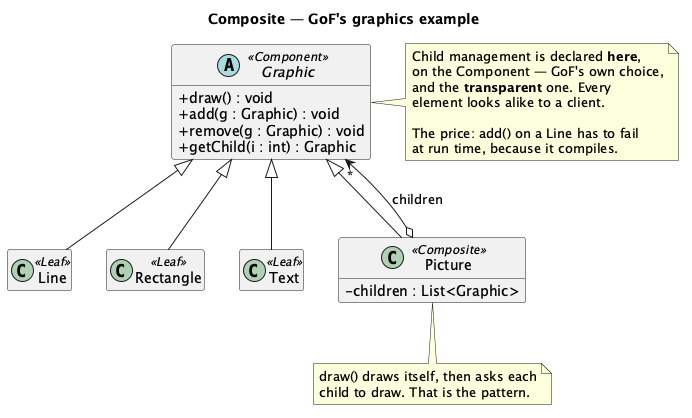
This is src/main/java/dev/kaldiroglu/dp/structural/composite/gof/graphics/uml/Composite - Graphics - Class Diagram.png from kaldiroglu/DesignPatternsWithJava, a PlantUML export, as it was before one commit. Source of this version:
```plantuml
@startuml "Composite - Graphics - Class Diagram"
skinparam classAttributeIconSize 0
hide empty members
title Composite — GoF's graphics example


abstract class Graphic <<Component>> {
  + draw() : void
  + add(g : Graphic) : void
  + remove(g : Graphic) : void
  + getChild(i : int) : Graphic
}

class Line <<Leaf>>
class Rectangle <<Leaf>>
class Text <<Leaf>>
class Picture <<Composite>> {
  - children : List<Graphic>
}

Graphic <|-- Line
Graphic <|-- Rectangle
Graphic <|-- Text
Graphic <|-- Picture
Picture o--> "*" Graphic : children

note right of Graphic
  Child management is declared <b>here</b>,
  on the Component — GoF's own choice,
  and the <b>transparent</b> one. Every
  element looks alike to a client.

  The price: add() on a Line has to fail
  at run time, because it compiles.
end note

note bottom of Picture
  draw() draws itself, then asks each
  child to draw. That is the pattern.
end note

@enduml
```
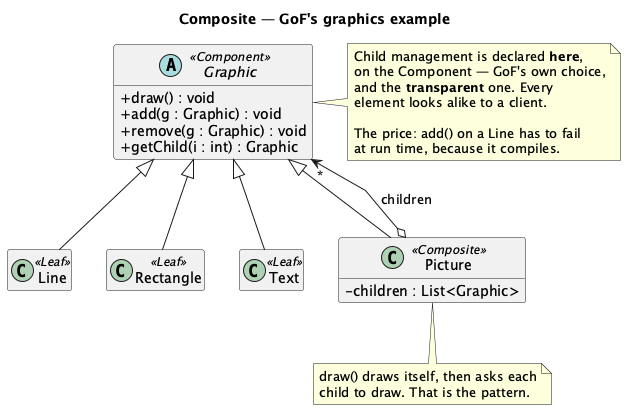
Later version of the same file.

The edit, as a diff of the source:
```diff
@@ -1,4 +1,5 @@
-@startuml "Composite - Graphics - Class Diagram"
+@startuml
+skinparam linetype polyline
 skinparam classAttributeIconSize 0
 hide empty members
 title Composite — GoF's graphics example
@@ -22,7 +23,6 @@
 Graphic <|-- Rectangle
 Graphic <|-- Text
 Graphic <|-- Picture
-Picture o--> "*" Graphic : children
 
 note right of Graphic
   Child management is declared <b>here</b>,
@@ -39,4 +39,5 @@
   child to draw. That is the pattern.
 end note
 
+Picture o-[norank]-> "*" Graphic : children
 @enduml
```
